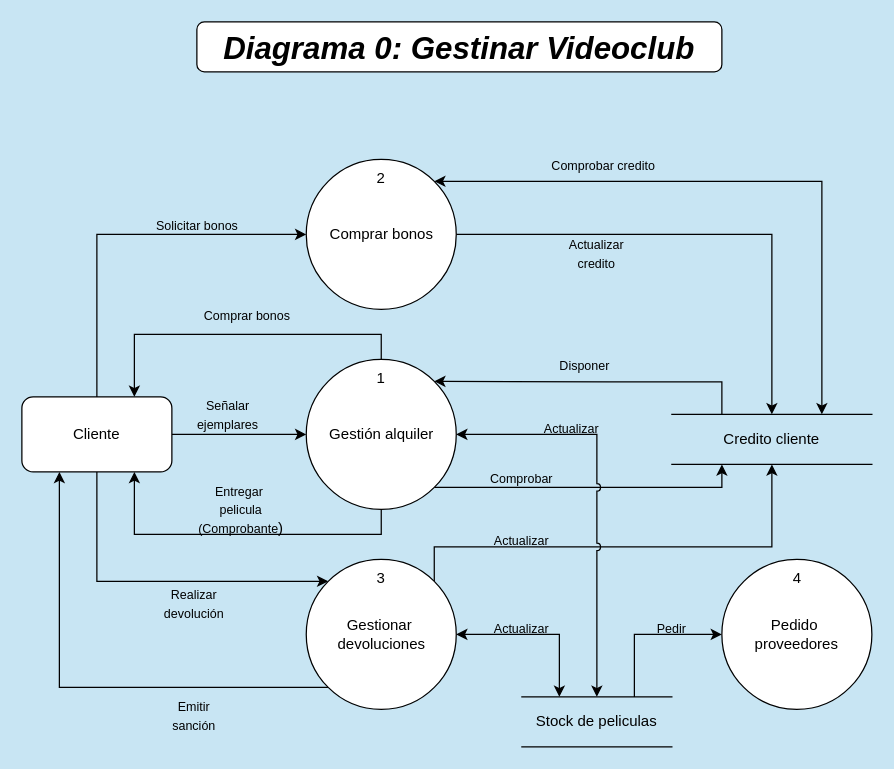
Before: 02_Entornos de desarrollo/UT_3/01 DiagramaFlujoDatos/Ejercicios_DFD/03 EjercicioVideoclub/01 Diagrama0GestionarVideoclub2.drawio in antgomper/Curso_23-24_DAW, a draw.io diagram. Source tidied: cells renumbered, new cells numbered last; positions are measured from the earlier drawing's top-left corner, leaving out a move shared by most shapes. Both pictures are drawn from the tidied source at 125%, with x=0, y=0 at pixel (21, 21).
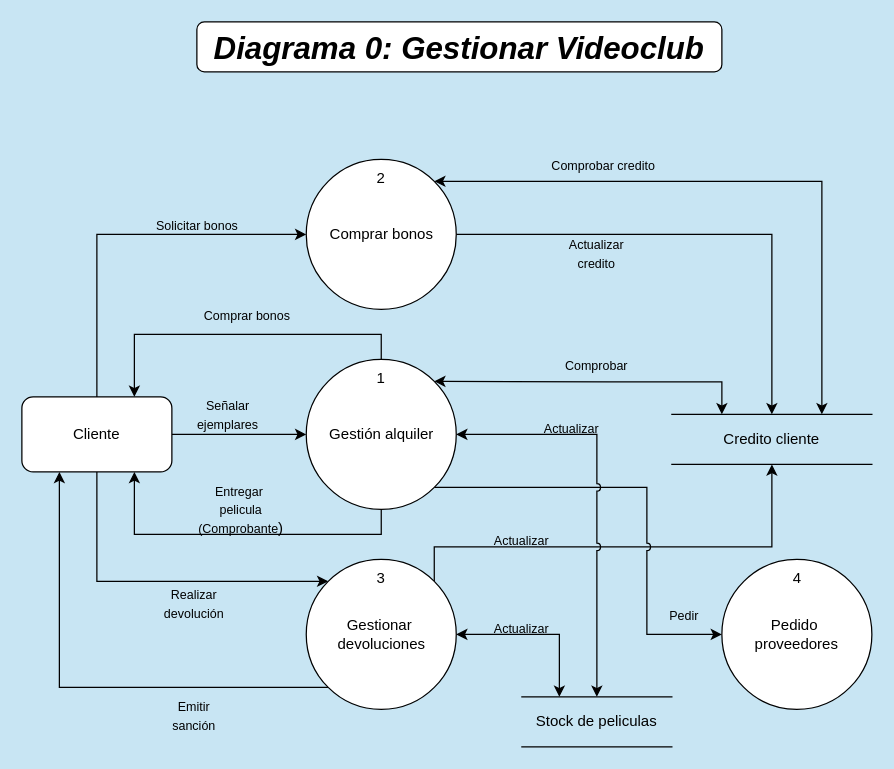
The same page after the edit.

Unchanged cells that the change refers to:
```xml
<mxCell id="12" value="Credito cliente" style="shape=partialRectangle;whiteSpace=wrap;html=1;left=0;right=0;fillColor=none;" parent="1" vertex="1">
  <mxGeometry x="520" y="314" width="160" height="40" as="geometry" />
</mxCell>
<mxCell id="21" value="Stock de peliculas" style="shape=partialRectangle;whiteSpace=wrap;html=1;left=0;right=0;fillColor=none;" parent="1" vertex="1">
  <mxGeometry x="400" y="540" width="120" height="40" as="geometry" />
</mxCell>
<mxCell id="23" value="&lt;div&gt;Pedido&amp;nbsp;&lt;/div&gt;&lt;div&gt;proveedores&lt;/div&gt;" style="ellipse;whiteSpace=wrap;html=1;" parent="1" vertex="1">
  <mxGeometry x="560" y="430" width="120" height="120" as="geometry" />
</mxCell>
<mxCell id="28" value="Gestión alquiler" style="ellipse;whiteSpace=wrap;html=1;" parent="1" vertex="1">
  <mxGeometry x="227.5" y="270" width="120" height="120" as="geometry" />
</mxCell>
```

What changed in the source:
```diff
@@
-    <mxCell id="2" value="&lt;font style=&quot;font-size: 25px;&quot;&gt;&lt;b&gt;&lt;i&gt;Diagrama 0: Gestinar Videoclub&lt;/i&gt;&lt;/b&gt;&lt;i&gt;&lt;br&gt;&lt;/i&gt;&lt;/font&gt;" style="rounded=1;whiteSpace=wrap;html=1;" parent="1" vertex="1">
+    <mxCell id="2" value="&lt;font style=&quot;font-size: 25px;&quot;&gt;&lt;b&gt;&lt;i&gt;Diagrama 0: Gestionar Videoclub&lt;/i&gt;&lt;/b&gt;&lt;i&gt;&lt;br&gt;&lt;/i&gt;&lt;/font&gt;" style="rounded=1;whiteSpace=wrap;html=1;" parent="1" vertex="1">
       <mxGeometry x="140" width="420" height="40" as="geometry" />
     </mxCell>
@@
-    <mxCell id="11" style="edgeStyle=orthogonalEdgeStyle;rounded=0;jettySize=auto;html=1;exitX=0.25;exitY=0;exitDx=0;exitDy=0;entryX=1;entryY=0;entryDx=0;entryDy=0;" parent="1" edge="1" source="12" target="28">
+    <mxCell id="11" style="edgeStyle=orthogonalEdgeStyle;rounded=0;jettySize=auto;html=1;exitX=0.25;exitY=0;exitDx=0;exitDy=0;entryX=1;entryY=0;entryDx=0;entryDy=0;startArrow=classic;startFill=1;" parent="1" edge="1" source="12" target="28">
       <mxGeometry relative="1" as="geometry">
         <Array as="points">
           <mxPoint x="560" y="288" />
           <mxPoint x="470" y="288" />
         </Array>
       </mxGeometry>
     </mxCell>
@@
-    <mxCell id="22" style="rounded=0;jettySize=auto;html=1;exitX=0;exitY=0.5;exitDx=0;exitDy=0;entryX=0.75;entryY=0;entryDx=0;entryDy=0;startArrow=classic;startFill=1;endArrow=none;endFill=0;edgeStyle=orthogonalEdgeStyle;" parent="1" edge="1" source="23" target="21">
-      <mxGeometry relative="1" as="geometry" />
-    </mxCell>
@@
-    <mxCell id="24" style="edgeStyle=orthogonalEdgeStyle;rounded=0;jettySize=auto;html=1;exitX=1;exitY=1;exitDx=0;exitDy=0;entryX=0.25;entryY=1;entryDx=0;entryDy=0;" parent="1" edge="1" source="28" target="12">
+    <mxCell id="24" style="edgeStyle=orthogonalEdgeStyle;rounded=0;jettySize=auto;html=1;exitX=1;exitY=1;exitDx=0;exitDy=0;entryX=0;entryY=0.5;entryDx=0;entryDy=0;jumpStyle=arc;" parent="1" edge="1" source="28" target="23">
       <mxGeometry relative="1" as="geometry">
         <Array as="points">
-          <mxPoint x="560" y="372" />
+          <mxPoint x="500" y="372" />
+          <mxPoint x="500" y="490" />
         </Array>
       </mxGeometry>
     </mxCell>
@@
     <mxCell id="30" value="&lt;font style=&quot;font-size: 10px;&quot;&gt;Comprobar&lt;/font&gt;" style="text;html=1;strokeColor=none;fillColor=none;align=center;verticalAlign=middle;whiteSpace=wrap;rounded=0;" parent="1" vertex="1">
-      <mxGeometry x="370" y="350" width="60" height="30" as="geometry" />
+      <mxGeometry x="430" y="260" width="60" height="30" as="geometry" />
     </mxCell>
-    <mxCell id="31" value="&lt;font style=&quot;font-size: 10px;&quot;&gt;Disponer&lt;/font&gt;" style="text;html=1;align=center;verticalAlign=middle;strokeColor=none;fillColor=none;" parent="1" vertex="1">
-      <mxGeometry x="420" y="260" width="60" height="30" as="geometry" />
-    </mxCell>
@@
     <mxCell id="36" value="&lt;font style=&quot;font-size: 10px;&quot;&gt;Pedir&lt;/font&gt;" style="text;html=1;strokeColor=none;fillColor=none;align=center;verticalAlign=middle;whiteSpace=wrap;rounded=0;" parent="1" vertex="1">
-      <mxGeometry x="490" y="470" width="60" height="30" as="geometry" />
+      <mxGeometry x="500" y="460" width="60" height="30" as="geometry" />
     </mxCell>
```
